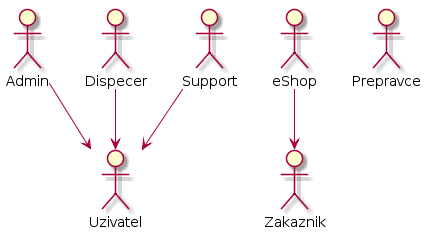
This is docs/diagrams/out/actors.png from Internet-Handel/postman, a PlantUML export, as it was before one commit. Source of this version:
```plantuml
@startuml

actor :Uzivatel: as uzivatel
actor :Zakaznik: as zakaznik
actor :eShop: as eShop
actor :Admin: as admin
actor :Dispecer: as dispecer
actor :Support: as support
actor :Prepravce: as prepravce


support --> uzivatel
admin --> uzivatel
dispecer --> uzivatel
eShop --> zakaznik
@enduml
```
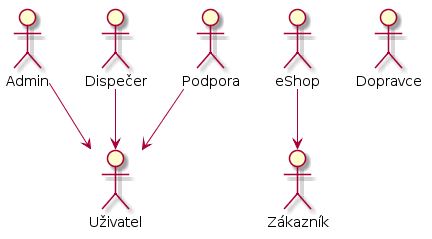
The same file after the commit.

Diff of the diagram source:
```diff
@@ -1,12 +1,12 @@
 @startuml
 
-actor :Uzivatel: as uzivatel
-actor :Zakaznik: as zakaznik
+actor :Uživatel: as uzivatel
+actor :Zákazník: as zakaznik
 actor :eShop: as eShop
 actor :Admin: as admin
-actor :Dispecer: as dispecer
-actor :Support: as support
-actor :Prepravce: as prepravce
+actor :Dispečer: as dispecer
+actor :Podpora: as support
+actor :Dopravce: as dopravce
 
 
 support --> uzivatel
```
